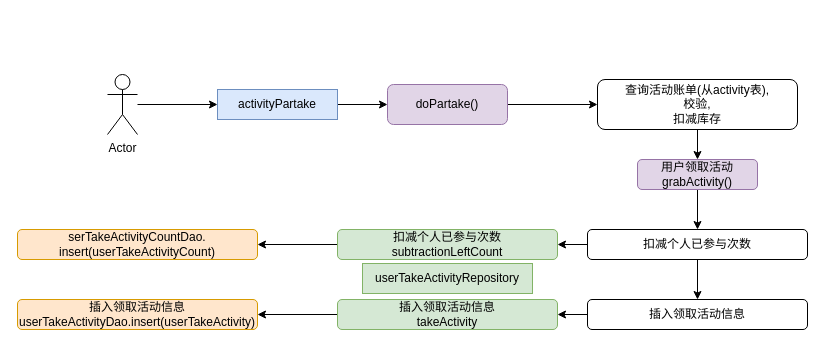
This is 领取活动.drawio from TouyamaRie/My_pictures, a draw.io file, before an edit. Source tidied: cells renumbered, new cells numbered last; positions are measured from the earlier drawing's top-left corner, leaving out a move shared by most shapes. Both pictures are drawn from the tidied source at 100%, with x=0, y=0 at pixel (17, 74).
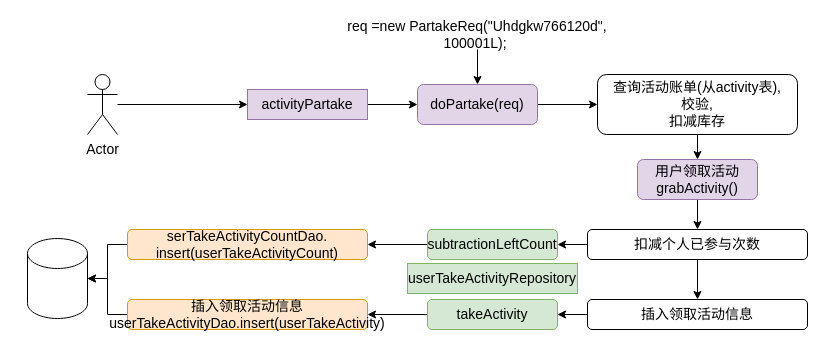
The same diagram, later.

Commit message (it also covers changes not shown here):
更新领取活动.drawio

Diff of the diagram source:
```diff
@@
-    <mxCell id="2" style="edgeStyle=orthogonalEdgeStyle;rounded=0;jettySize=auto;html=1;" parent="1" edge="1" source="3" target="7">
+    <mxCell id="2" style="edgeStyle=orthogonalEdgeStyle;rounded=0;jettySize=auto;html=1;strokeWidth=1;fontSize=14;fontStyle=0;" parent="1" edge="1" source="3" target="7">
       <mxGeometry relative="1" as="geometry" />
     </mxCell>
-    <mxCell id="3" value="activityPartake" style="rounded=0;whiteSpace=wrap;html=1;fillColor=#dae8fc;strokeColor=#6c8ebf;" parent="1" vertex="1">
-      <mxGeometry x="200" y="15" width="120" height="30" as="geometry" />
+    <mxCell id="3" value="activityPartake" style="rounded=0;whiteSpace=wrap;html=1;fillColor=#e1d5e7;strokeColor=#9673a6;strokeWidth=1;fontSize=14;fontStyle=0;" parent="1" vertex="1">
+      <mxGeometry x="230" y="15" width="120" height="30" as="geometry" />
     </mxCell>
-    <mxCell id="4" style="edgeStyle=orthogonalEdgeStyle;rounded=0;jettySize=auto;html=1;" parent="1" edge="1" source="5" target="3">
+    <mxCell id="4" style="edgeStyle=orthogonalEdgeStyle;rounded=0;jettySize=auto;html=1;strokeWidth=1;fontSize=14;fontStyle=0;" parent="1" edge="1" source="5" target="3">
       <mxGeometry relative="1" as="geometry" />
     </mxCell>
-    <mxCell id="5" value="Actor" style="shape=umlActor;verticalLabelPosition=bottom;verticalAlign=top;html=1;outlineConnect=0;" parent="1" vertex="1">
-      <mxGeometry x="90" width="30" height="60" as="geometry" />
+    <mxCell id="5" value="Actor" style="shape=umlActor;verticalLabelPosition=bottom;verticalAlign=top;html=1;outlineConnect=0;strokeWidth=1;fontSize=14;fontStyle=0;" parent="1" vertex="1">
+      <mxGeometry x="70" width="30" height="60" as="geometry" />
     </mxCell>
-    <mxCell id="6" style="edgeStyle=orthogonalEdgeStyle;rounded=0;jettySize=auto;html=1;" parent="1" edge="1" source="7" target="9">
+    <mxCell id="6" style="edgeStyle=orthogonalEdgeStyle;rounded=0;jettySize=auto;html=1;strokeWidth=1;fontSize=14;fontStyle=0;" parent="1" edge="1" source="7" target="9">
       <mxGeometry relative="1" as="geometry" />
     </mxCell>
-    <mxCell id="7" value="doPartake()" style="rounded=1;whiteSpace=wrap;html=1;fillColor=#e1d5e7;strokeColor=#9673a6;" parent="1" vertex="1">
-      <mxGeometry x="370" y="10" width="120" height="40" as="geometry" />
+    <mxCell id="7" value="doPartake(req)" style="rounded=1;whiteSpace=wrap;html=1;fillColor=#e1d5e7;strokeColor=#9673a6;strokeWidth=1;fontSize=14;fontStyle=0;" parent="1" vertex="1">
+      <mxGeometry x="400" y="10" width="120" height="40" as="geometry" />
     </mxCell>
-    <mxCell id="8" style="edgeStyle=orthogonalEdgeStyle;rounded=0;jettySize=auto;html=1;" parent="1" edge="1" source="9" target="11">
+    <mxCell id="8" style="edgeStyle=orthogonalEdgeStyle;rounded=0;jettySize=auto;html=1;strokeWidth=1;fontSize=14;fontStyle=0;" parent="1" edge="1" source="9" target="11">
       <mxGeometry relative="1" as="geometry" />
     </mxCell>
-    <mxCell id="9" value="查询活动账单(从activity表),&lt;br&gt;校验,&lt;br&gt;扣减库存" style="rounded=1;whiteSpace=wrap;html=1;" parent="1" vertex="1">
-      <mxGeometry x="580" y="5" width="200" height="50" as="geometry" />
+    <mxCell id="9" value="查询活动账单(从activity表),&lt;br style=&quot;font-size: 14px;&quot;&gt;校验,&lt;br style=&quot;font-size: 14px;&quot;&gt;扣减库存" style="rounded=1;whiteSpace=wrap;html=1;strokeWidth=1;fontSize=14;fontStyle=0;" parent="1" vertex="1">
+      <mxGeometry x="580" width="200" height="60" as="geometry" />
     </mxCell>
-    <mxCell id="10" style="edgeStyle=orthogonalEdgeStyle;rounded=0;jettySize=auto;html=1;" parent="1" edge="1" source="11" target="14">
+    <mxCell id="10" style="edgeStyle=orthogonalEdgeStyle;rounded=0;jettySize=auto;html=1;strokeWidth=1;fontSize=14;fontStyle=0;" parent="1" edge="1" source="11" target="14">
       <mxGeometry relative="1" as="geometry" />
     </mxCell>
-    <mxCell id="11" value="用户领取活动&lt;br&gt;grabActivity()" style="rounded=1;whiteSpace=wrap;html=1;fillColor=#e1d5e7;strokeColor=#9673a6;" parent="1" vertex="1">
-      <mxGeometry x="620" y="85" width="120" height="30" as="geometry" />
+    <mxCell id="11" value="用户领取活动&lt;br style=&quot;font-size: 14px;&quot;&gt;grabActivity()" style="rounded=1;whiteSpace=wrap;html=1;fillColor=#e1d5e7;strokeColor=#9673a6;strokeWidth=1;fontSize=14;fontStyle=0;" parent="1" vertex="1">
+      <mxGeometry x="620" y="85" width="120" height="40" as="geometry" />
     </mxCell>
-    <mxCell id="12" style="edgeStyle=orthogonalEdgeStyle;rounded=0;jettySize=auto;html=1;" parent="1" edge="1" source="14" target="16">
+    <mxCell id="12" style="edgeStyle=orthogonalEdgeStyle;rounded=0;jettySize=auto;html=1;strokeWidth=1;fontSize=14;fontStyle=0;" parent="1" edge="1" source="14" target="16">
       <mxGeometry relative="1" as="geometry" />
     </mxCell>
-    <mxCell id="13" style="edgeStyle=orthogonalEdgeStyle;rounded=0;jettySize=auto;html=1;" parent="1" edge="1" source="14" target="19">
+    <mxCell id="13" style="edgeStyle=orthogonalEdgeStyle;rounded=0;jettySize=auto;html=1;strokeWidth=1;fontSize=14;fontStyle=0;" parent="1" edge="1" source="14" target="19">
       <mxGeometry relative="1" as="geometry" />
     </mxCell>
-    <mxCell id="14" value="扣减个人已参与次数" style="rounded=1;whiteSpace=wrap;html=1;" parent="1" vertex="1">
+    <mxCell id="14" value="扣减个人已参与次数" style="rounded=1;whiteSpace=wrap;html=1;strokeWidth=1;fontSize=14;fontStyle=0;" parent="1" vertex="1">
       <mxGeometry x="570" y="155" width="220" height="30" as="geometry" />
     </mxCell>
-    <mxCell id="15" style="edgeStyle=orthogonalEdgeStyle;rounded=0;jettySize=auto;html=1;" parent="1" edge="1" source="16" target="21">
+    <mxCell id="15" style="edgeStyle=orthogonalEdgeStyle;rounded=0;jettySize=auto;html=1;strokeWidth=1;fontSize=14;fontStyle=0;" parent="1" edge="1" source="16" target="21">
       <mxGeometry relative="1" as="geometry" />
     </mxCell>
-    <mxCell id="16" value="插入领取活动信息" style="rounded=1;whiteSpace=wrap;html=1;" parent="1" vertex="1">
+    <mxCell id="16" value="插入领取活动信息" style="rounded=1;whiteSpace=wrap;html=1;strokeWidth=1;fontSize=14;fontStyle=0;" parent="1" vertex="1">
       <mxGeometry x="570" y="225" width="220" height="30" as="geometry" />
     </mxCell>
-    <mxCell id="17" value="userTakeActivityRepository" style="rounded=0;whiteSpace=wrap;html=1;fillColor=#d5e8d4;strokeColor=#82b366;" parent="1" vertex="1">
-      <mxGeometry x="345" y="189" width="170" height="30" as="geometry" />
+    <mxCell id="17" value="userTakeActivityRepository" style="rounded=0;whiteSpace=wrap;html=1;fillColor=#d5e8d4;strokeColor=#82b366;strokeWidth=1;fontSize=14;fontStyle=0;" parent="1" vertex="1">
+      <mxGeometry x="390" y="189" width="170" height="30" as="geometry" />
     </mxCell>
-    <mxCell id="18" style="edgeStyle=orthogonalEdgeStyle;rounded=0;jettySize=auto;html=1;" parent="1" edge="1" source="19" target="22">
+    <mxCell id="18" style="edgeStyle=orthogonalEdgeStyle;rounded=0;jettySize=auto;html=1;strokeWidth=1;fontSize=14;fontStyle=0;" parent="1" edge="1" source="19" target="22">
       <mxGeometry relative="1" as="geometry" />
     </mxCell>
-    <mxCell id="19" value="扣减个人已参与次数&lt;br&gt;subtractionLeftCount" style="rounded=1;whiteSpace=wrap;html=1;fillColor=#d5e8d4;strokeColor=#82b366;" parent="1" vertex="1">
-      <mxGeometry x="320" y="155" width="220" height="30" as="geometry" />
+    <mxCell id="19" value="subtractionLeftCount" style="rounded=1;whiteSpace=wrap;html=1;fillColor=#d5e8d4;strokeColor=#82b366;strokeWidth=1;fontSize=14;fontStyle=0;" parent="1" vertex="1">
+      <mxGeometry x="410" y="155" width="130" height="30" as="geometry" />
     </mxCell>
-    <mxCell id="20" style="edgeStyle=orthogonalEdgeStyle;rounded=0;jettySize=auto;html=1;" parent="1" edge="1" source="21" target="23">
+    <mxCell id="20" style="edgeStyle=orthogonalEdgeStyle;rounded=0;jettySize=auto;html=1;strokeWidth=1;fontSize=14;fontStyle=0;" parent="1" edge="1" source="21" target="23">
       <mxGeometry relative="1" as="geometry" />
     </mxCell>
-    <mxCell id="21" value="插入领取活动信息&lt;br&gt;takeActivity" style="rounded=1;whiteSpace=wrap;html=1;fillColor=#d5e8d4;strokeColor=#82b366;" parent="1" vertex="1">
-      <mxGeometry x="320" y="225" width="220" height="30" as="geometry" />
+    <mxCell id="21" value="takeActivity" style="rounded=1;whiteSpace=wrap;html=1;fillColor=#d5e8d4;strokeColor=#82b366;strokeWidth=1;fontSize=14;fontStyle=0;" parent="1" vertex="1">
+      <mxGeometry x="410" y="225" width="130" height="30" as="geometry" />
     </mxCell>
+    <mxCell id="24" style="edgeStyle=orthogonalEdgeStyle;rounded=0;jettySize=auto;html=1;strokeWidth=1;fontSize=14;fontStyle=0;" parent="1" edge="1" source="22" target="28">
+      <mxGeometry relative="1" as="geometry" />
+    </mxCell>
-    <mxCell id="22" value="serTakeActivityCountDao.&lt;br&gt;insert(userTakeActivityCount)" style="rounded=1;whiteSpace=wrap;html=1;fillColor=#ffe6cc;strokeColor=#d79b00;" parent="1" vertex="1">
-      <mxGeometry y="155" width="240" height="30" as="geometry" />
+    <mxCell id="22" value="serTakeActivityCountDao.&lt;br style=&quot;font-size: 14px;&quot;&gt;insert(userTakeActivityCount)" style="rounded=1;whiteSpace=wrap;html=1;fillColor=#ffe6cc;strokeColor=#d79b00;strokeWidth=1;fontSize=14;fontStyle=0;" parent="1" vertex="1">
+      <mxGeometry x="110" y="155" width="240" height="30" as="geometry" />
     </mxCell>
+    <mxCell id="25" style="edgeStyle=orthogonalEdgeStyle;rounded=0;jettySize=auto;html=1;strokeWidth=1;fontSize=14;fontStyle=0;" parent="1" edge="1" source="23" target="28">
+      <mxGeometry relative="1" as="geometry" />
+    </mxCell>
-    <mxCell id="23" value="插入领取活动信息&lt;br&gt;userTakeActivityDao.insert(userTakeActivity)" style="rounded=1;whiteSpace=wrap;html=1;fillColor=#ffe6cc;strokeColor=#d79b00;" parent="1" vertex="1">
-      <mxGeometry y="225" width="240" height="30" as="geometry" />
+    <mxCell id="23" value="插入领取活动信息&lt;br style=&quot;font-size: 14px;&quot;&gt;userTakeActivityDao.insert(userTakeActivity)" style="rounded=1;whiteSpace=wrap;html=1;fillColor=#ffe6cc;strokeColor=#d79b00;strokeWidth=1;fontSize=14;fontStyle=0;" parent="1" vertex="1">
+      <mxGeometry x="110" y="225" width="240" height="30" as="geometry" />
     </mxCell>
+    <mxCell id="26" style="edgeStyle=orthogonalEdgeStyle;rounded=0;jettySize=auto;html=1;strokeWidth=1;fontSize=14;fontStyle=0;" parent="1" edge="1" source="27" target="7">
+      <mxGeometry relative="1" as="geometry" />
+    </mxCell>
+    <mxCell id="27" value="req =new PartakeReq(&quot;Uhdgkw766120d&quot;, 100001L);&amp;nbsp;" style="text;html=1;align=center;verticalAlign=middle;whiteSpace=wrap;rounded=0;strokeWidth=1;fontSize=14;fontStyle=0;" parent="1" vertex="1">
+      <mxGeometry x="310" y="-55" width="300" height="30" as="geometry" />
+    </mxCell>
+    <mxCell id="28" style="shape=cylinder3;whiteSpace=wrap;html=1;boundedLbl=1;backgroundOutline=1;size=15;strokeWidth=1;fontSize=14;fontStyle=0;" parent="1" vertex="1">
+      <mxGeometry x="10" y="164" width="60" height="80" as="geometry" />
+    </mxCell>
```
